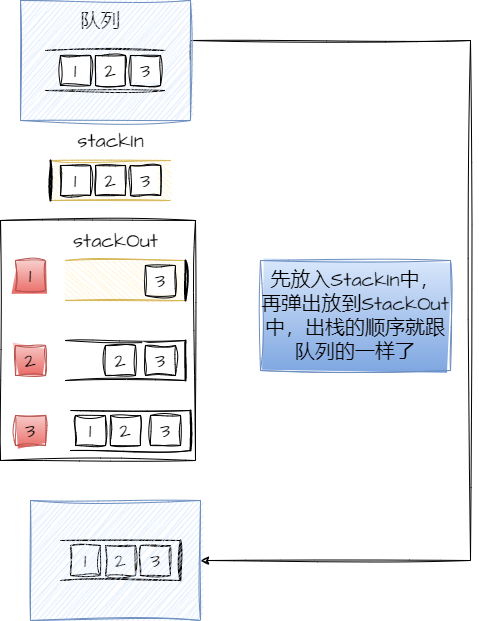
Earlier version of the draw.io export Algrithms/栈与队列.drawio.png (HealUP/Drawing). Source tidied: cells renumbered, new cells last; positions are measured from the earlier drawing's top-left corner, leaving out a move shared by most shapes.
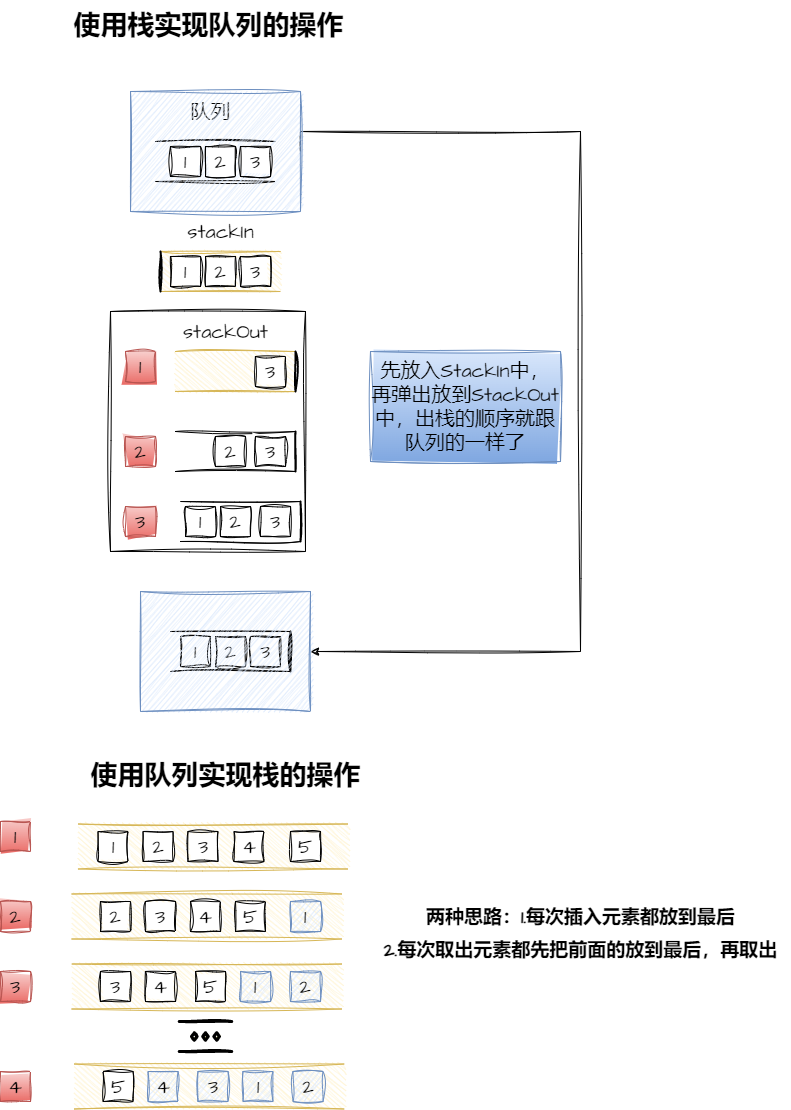
After the commit.

Commit message:
更新队列实现栈的操作

What changed in the source:
```diff
@@ -118,5 +118,101 @@
     <mxCell id="38" value="先放入StackIn中，再弹出放到StackOut中，出栈的顺序就跟队列的一样了" style="rounded=0;whiteSpace=wrap;html=1;sketch=1;hachureGap=4;jiggle=2;curveFitting=1;strokeColor=#6c8ebf;fontFamily=Architects Daughter;fontSource=https%3A%2F%2Ffonts.googleapis.com%2Fcss%3Ffamily%3DArchitects%2BDaughter;fontSize=20;fillColor=#dae8fc;gradientColor=#7ea6e0;" parent="1" vertex="1">
       <mxGeometry x="260" y="260" width="190" height="110" as="geometry" />
     </mxCell>
+    <mxCell id="39" value="&lt;b&gt;&lt;font style=&quot;font-size: 27px;&quot;&gt;使用栈实现队列的操作&lt;/font&gt;&lt;/b&gt;" style="text;html=1;align=center;verticalAlign=middle;strokeColor=none;fillColor=none;fontSize=20;fontFamily=Architects Daughter;sketch=1;hachureGap=4;jiggle=2;curveFitting=1;fontSource=https%3A%2F%2Ffonts.googleapis.com%2Fcss%3Ffamily%3DArchitects%2BDaughter;strokeWidth=3;" parent="1" vertex="1">
+      <mxGeometry x="-47.5" y="-90" width="290" height="50" as="geometry" />
+    </mxCell>
+    <mxCell id="40" value="&lt;b&gt;&lt;font style=&quot;font-size: 27px;&quot;&gt;使用队列实现栈的操作&lt;/font&gt;&lt;/b&gt;" style="text;html=1;align=center;verticalAlign=middle;strokeColor=none;fillColor=none;fontSize=20;fontFamily=Architects Daughter;sketch=1;hachureGap=4;jiggle=2;curveFitting=1;fontSource=https%3A%2F%2Ffonts.googleapis.com%2Fcss%3Ffamily%3DArchitects%2BDaughter;strokeWidth=3;" parent="1" vertex="1">
+      <mxGeometry x="-30" y="660" width="290" height="50" as="geometry" />
+    </mxCell>
+    <mxCell id="41" style="shape=partialRectangle;whiteSpace=wrap;html=1;top=0;bottom=0;fillColor=#fff2cc;sketch=1;hachureGap=4;jiggle=2;curveFitting=1;fontFamily=Architects Daughter;fontSource=https%3A%2F%2Ffonts.googleapis.com%2Fcss%3Ffamily%3DArchitects%2BDaughter;fontSize=20;rotation=-90;strokeColor=#d6b656;" parent="1" vertex="1">
+      <mxGeometry x="80" y="620" width="45" height="270" as="geometry" />
+    </mxCell>
+    <mxCell id="42" value="1" style="rounded=0;whiteSpace=wrap;html=1;sketch=1;hachureGap=4;jiggle=2;curveFitting=1;strokeColor=#000000;fontFamily=Architects Daughter;fontSource=https%3A%2F%2Ffonts.googleapis.com%2Fcss%3Ffamily%3DArchitects%2BDaughter;fontSize=20;" parent="1" vertex="1">
+      <mxGeometry x="-12.5" y="740" width="30" height="30" as="geometry" />
+    </mxCell>
+    <mxCell id="43" value="2" style="rounded=0;whiteSpace=wrap;html=1;sketch=1;hachureGap=4;jiggle=2;curveFitting=1;strokeColor=#000000;fontFamily=Architects Daughter;fontSource=https%3A%2F%2Ffonts.googleapis.com%2Fcss%3Ffamily%3DArchitects%2BDaughter;fontSize=20;" parent="1" vertex="1">
+      <mxGeometry x="32.5" y="740" width="30" height="30" as="geometry" />
+    </mxCell>
+    <mxCell id="44" value="3" style="rounded=0;whiteSpace=wrap;html=1;sketch=1;hachureGap=4;jiggle=2;curveFitting=1;strokeColor=#000000;fontFamily=Architects Daughter;fontSource=https%3A%2F%2Ffonts.googleapis.com%2Fcss%3Ffamily%3DArchitects%2BDaughter;fontSize=20;" parent="1" vertex="1">
+      <mxGeometry x="77.5" y="740" width="30" height="30" as="geometry" />
+    </mxCell>
+    <mxCell id="45" value="4" style="rounded=0;whiteSpace=wrap;html=1;sketch=1;hachureGap=4;jiggle=2;curveFitting=1;strokeColor=#000000;fontFamily=Architects Daughter;fontSource=https%3A%2F%2Ffonts.googleapis.com%2Fcss%3Ffamily%3DArchitects%2BDaughter;fontSize=20;" parent="1" vertex="1">
+      <mxGeometry x="123.5" y="740" width="30" height="30" as="geometry" />
+    </mxCell>
+    <mxCell id="46" value="5" style="rounded=0;whiteSpace=wrap;html=1;sketch=1;hachureGap=4;jiggle=2;curveFitting=1;strokeColor=#000000;fontFamily=Architects Daughter;fontSource=https%3A%2F%2Ffonts.googleapis.com%2Fcss%3Ffamily%3DArchitects%2BDaughter;fontSize=20;" parent="1" vertex="1">
+      <mxGeometry x="180" y="740" width="30" height="30" as="geometry" />
+    </mxCell>
+    <mxCell id="47" value="1" style="rounded=0;whiteSpace=wrap;html=1;sketch=1;hachureGap=4;jiggle=2;curveFitting=1;strokeColor=#b85450;fontFamily=Architects Daughter;fontSource=https%3A%2F%2Ffonts.googleapis.com%2Fcss%3Ffamily%3DArchitects%2BDaughter;fontSize=20;fillColor=#f8cecc;gradientColor=#ea6b66;" parent="1" vertex="1">
+      <mxGeometry x="-110" y="730" width="30" height="30" as="geometry" />
+    </mxCell>
+    <mxCell id="48" value="2" style="rounded=0;whiteSpace=wrap;html=1;sketch=1;hachureGap=4;jiggle=2;curveFitting=1;strokeColor=#b85450;fontFamily=Architects Daughter;fontSource=https%3A%2F%2Ffonts.googleapis.com%2Fcss%3Ffamily%3DArchitects%2BDaughter;fontSize=20;fillColor=#f8cecc;gradientColor=#ea6b66;" parent="1" vertex="1">
+      <mxGeometry x="-110" y="810" width="30" height="30" as="geometry" />
+    </mxCell>
+    <mxCell id="49" value="3" style="rounded=0;whiteSpace=wrap;html=1;sketch=1;hachureGap=4;jiggle=2;curveFitting=1;strokeColor=#b85450;fontFamily=Architects Daughter;fontSource=https%3A%2F%2Ffonts.googleapis.com%2Fcss%3Ffamily%3DArchitects%2BDaughter;fontSize=20;fillColor=#f8cecc;gradientColor=#ea6b66;" parent="1" vertex="1">
+      <mxGeometry x="-110" y="880" width="30" height="30" as="geometry" />
+    </mxCell>
+    <mxCell id="50" style="shape=partialRectangle;whiteSpace=wrap;html=1;top=0;bottom=0;fillColor=#fff2cc;sketch=1;hachureGap=4;jiggle=2;curveFitting=1;fontFamily=Architects Daughter;fontSource=https%3A%2F%2Ffonts.googleapis.com%2Fcss%3Ffamily%3DArchitects%2BDaughter;fontSize=20;rotation=-90;strokeColor=#d6b656;" parent="1" vertex="1">
+      <mxGeometry x="73.8" y="690" width="45" height="270" as="geometry" />
+    </mxCell>
+    <mxCell id="51" value="1" style="rounded=0;whiteSpace=wrap;html=1;sketch=1;hachureGap=4;jiggle=2;curveFitting=1;strokeColor=#6c8ebf;fontFamily=Architects Daughter;fontSource=https%3A%2F%2Ffonts.googleapis.com%2Fcss%3Ffamily%3DArchitects%2BDaughter;fontSize=20;fillColor=#dae8fc;" parent="1" vertex="1">
+      <mxGeometry x="180" y="810" width="30" height="30" as="geometry" />
+    </mxCell>
+    <mxCell id="52" value="2" style="rounded=0;whiteSpace=wrap;html=1;sketch=1;hachureGap=4;jiggle=2;curveFitting=1;strokeColor=#000000;fontFamily=Architects Daughter;fontSource=https%3A%2F%2Ffonts.googleapis.com%2Fcss%3Ffamily%3DArchitects%2BDaughter;fontSize=20;" parent="1" vertex="1">
+      <mxGeometry x="-10" y="810" width="30" height="30" as="geometry" />
+    </mxCell>
+    <mxCell id="53" value="3" style="rounded=0;whiteSpace=wrap;html=1;sketch=1;hachureGap=4;jiggle=2;curveFitting=1;strokeColor=#000000;fontFamily=Architects Daughter;fontSource=https%3A%2F%2Ffonts.googleapis.com%2Fcss%3Ffamily%3DArchitects%2BDaughter;fontSize=20;" parent="1" vertex="1">
+      <mxGeometry x="35" y="810" width="30" height="30" as="geometry" />
+    </mxCell>
+    <mxCell id="54" value="4" style="rounded=0;whiteSpace=wrap;html=1;sketch=1;hachureGap=4;jiggle=2;curveFitting=1;strokeColor=#000000;fontFamily=Architects Daughter;fontSource=https%3A%2F%2Ffonts.googleapis.com%2Fcss%3Ffamily%3DArchitects%2BDaughter;fontSize=20;" parent="1" vertex="1">
+      <mxGeometry x="80" y="810" width="30" height="30" as="geometry" />
+    </mxCell>
+    <mxCell id="55" value="5" style="rounded=0;whiteSpace=wrap;html=1;sketch=1;hachureGap=4;jiggle=2;curveFitting=1;strokeColor=#000000;fontFamily=Architects Daughter;fontSource=https%3A%2F%2Ffonts.googleapis.com%2Fcss%3Ffamily%3DArchitects%2BDaughter;fontSize=20;" parent="1" vertex="1">
+      <mxGeometry x="125" y="810" width="30" height="30" as="geometry" />
+    </mxCell>
+    <mxCell id="56" style="shape=partialRectangle;whiteSpace=wrap;html=1;top=0;bottom=0;fillColor=#fff2cc;sketch=1;hachureGap=4;jiggle=2;curveFitting=1;fontFamily=Architects Daughter;fontSource=https%3A%2F%2Ffonts.googleapis.com%2Fcss%3Ffamily%3DArchitects%2BDaughter;fontSize=20;rotation=-90;strokeColor=#d6b656;" parent="1" vertex="1">
+      <mxGeometry x="73.8" y="760" width="45" height="270" as="geometry" />
+    </mxCell>
+    <mxCell id="57" value="1" style="rounded=0;whiteSpace=wrap;html=1;sketch=1;hachureGap=4;jiggle=2;curveFitting=1;strokeColor=#6c8ebf;fontFamily=Architects Daughter;fontSource=https%3A%2F%2Ffonts.googleapis.com%2Fcss%3Ffamily%3DArchitects%2BDaughter;fontSize=20;fillColor=#dae8fc;" parent="1" vertex="1">
+      <mxGeometry x="130" y="880" width="30" height="30" as="geometry" />
+    </mxCell>
+    <mxCell id="58" value="2" style="rounded=0;whiteSpace=wrap;html=1;sketch=1;hachureGap=4;jiggle=2;curveFitting=1;strokeColor=#6c8ebf;fontFamily=Architects Daughter;fontSource=https%3A%2F%2Ffonts.googleapis.com%2Fcss%3Ffamily%3DArchitects%2BDaughter;fontSize=20;fillColor=#dae8fc;" parent="1" vertex="1">
+      <mxGeometry x="180" y="880" width="30" height="30" as="geometry" />
+    </mxCell>
+    <mxCell id="59" value="3" style="rounded=0;whiteSpace=wrap;html=1;sketch=1;hachureGap=4;jiggle=2;curveFitting=1;strokeColor=#000000;fontFamily=Architects Daughter;fontSource=https%3A%2F%2Ffonts.googleapis.com%2Fcss%3Ffamily%3DArchitects%2BDaughter;fontSize=20;" parent="1" vertex="1">
+      <mxGeometry x="-10" y="880" width="30" height="30" as="geometry" />
+    </mxCell>
+    <mxCell id="60" value="4" style="rounded=0;whiteSpace=wrap;html=1;sketch=1;hachureGap=4;jiggle=2;curveFitting=1;strokeColor=#000000;fontFamily=Architects Daughter;fontSource=https%3A%2F%2Ffonts.googleapis.com%2Fcss%3Ffamily%3DArchitects%2BDaughter;fontSize=20;" parent="1" vertex="1">
+      <mxGeometry x="35" y="880" width="30" height="30" as="geometry" />
+    </mxCell>
+    <mxCell id="61" value="5" style="rounded=0;whiteSpace=wrap;html=1;sketch=1;hachureGap=4;jiggle=2;curveFitting=1;strokeColor=#000000;fontFamily=Architects Daughter;fontSource=https%3A%2F%2Ffonts.googleapis.com%2Fcss%3Ffamily%3DArchitects%2BDaughter;fontSize=20;" parent="1" vertex="1">
+      <mxGeometry x="85" y="880" width="30" height="30" as="geometry" />
+    </mxCell>
+    <mxCell id="62" value="4" style="rounded=0;whiteSpace=wrap;html=1;sketch=1;hachureGap=4;jiggle=2;curveFitting=1;strokeColor=#b85450;fontFamily=Architects Daughter;fontSource=https%3A%2F%2Ffonts.googleapis.com%2Fcss%3Ffamily%3DArchitects%2BDaughter;fontSize=20;fillColor=#f8cecc;gradientColor=#ea6b66;" parent="1" vertex="1">
+      <mxGeometry x="-110" y="980" width="30" height="30" as="geometry" />
+    </mxCell>
+    <mxCell id="63" style="verticalLabelPosition=bottom;verticalAlign=top;html=1;shape=mxgraph.flowchart.parallel_mode;sketch=1;hachureGap=4;jiggle=2;curveFitting=1;strokeColor=#000000;strokeWidth=3;fontFamily=Architects Daughter;fontSource=https%3A%2F%2Ffonts.googleapis.com%2Fcss%3Ffamily%3DArchitects%2BDaughter;fontSize=27;fillColor=none;" parent="1" vertex="1">
+      <mxGeometry x="68.8" y="930" width="52.5" height="30" as="geometry" />
+    </mxCell>
+    <mxCell id="64" style="shape=partialRectangle;whiteSpace=wrap;html=1;top=0;bottom=0;fillColor=#fff2cc;sketch=1;hachureGap=4;jiggle=2;curveFitting=1;fontFamily=Architects Daughter;fontSource=https%3A%2F%2Ffonts.googleapis.com%2Fcss%3Ffamily%3DArchitects%2BDaughter;fontSize=20;rotation=-90;strokeColor=#d6b656;" parent="1" vertex="1">
+      <mxGeometry x="76.2" y="860" width="45" height="270" as="geometry" />
+    </mxCell>
+    <mxCell id="65" value="1" style="rounded=0;whiteSpace=wrap;html=1;sketch=1;hachureGap=4;jiggle=2;curveFitting=1;strokeColor=#6c8ebf;fontFamily=Architects Daughter;fontSource=https%3A%2F%2Ffonts.googleapis.com%2Fcss%3Ffamily%3DArchitects%2BDaughter;fontSize=20;fillColor=#dae8fc;" parent="1" vertex="1">
+      <mxGeometry x="132.5" y="980" width="30" height="30" as="geometry" />
+    </mxCell>
+    <mxCell id="66" value="2" style="rounded=0;whiteSpace=wrap;html=1;sketch=1;hachureGap=4;jiggle=2;curveFitting=1;strokeColor=#6c8ebf;fontFamily=Architects Daughter;fontSource=https%3A%2F%2Ffonts.googleapis.com%2Fcss%3Ffamily%3DArchitects%2BDaughter;fontSize=20;fillColor=#dae8fc;" parent="1" vertex="1">
+      <mxGeometry x="182.5" y="980" width="30" height="30" as="geometry" />
+    </mxCell>
+    <mxCell id="67" value="5" style="rounded=0;whiteSpace=wrap;html=1;sketch=1;hachureGap=4;jiggle=2;curveFitting=1;strokeColor=#000000;fontFamily=Architects Daughter;fontSource=https%3A%2F%2Ffonts.googleapis.com%2Fcss%3Ffamily%3DArchitects%2BDaughter;fontSize=20;" parent="1" vertex="1">
+      <mxGeometry x="-7.5" y="980" width="30" height="30" as="geometry" />
+    </mxCell>
+    <mxCell id="68" value="4" style="rounded=0;whiteSpace=wrap;html=1;sketch=1;hachureGap=4;jiggle=2;curveFitting=1;strokeColor=#6c8ebf;fontFamily=Architects Daughter;fontSource=https%3A%2F%2Ffonts.googleapis.com%2Fcss%3Ffamily%3DArchitects%2BDaughter;fontSize=20;fillColor=#dae8fc;" parent="1" vertex="1">
+      <mxGeometry x="37.5" y="980" width="30" height="30" as="geometry" />
+    </mxCell>
+    <mxCell id="69" value="3" style="rounded=0;whiteSpace=wrap;html=1;sketch=1;hachureGap=4;jiggle=2;curveFitting=1;strokeColor=#6c8ebf;fontFamily=Architects Daughter;fontSource=https%3A%2F%2Ffonts.googleapis.com%2Fcss%3Ffamily%3DArchitects%2BDaughter;fontSize=20;fillColor=#dae8fc;" parent="1" vertex="1">
+      <mxGeometry x="87.5" y="980" width="30" height="30" as="geometry" />
+    </mxCell>
+    <mxCell id="70" value="&lt;font style=&quot;font-size: 19px;&quot;&gt;&lt;b&gt;两种思路：1.每次插入元素都放到最后&lt;br&gt;&lt;font style=&quot;font-size: 19px;&quot;&gt;2.每次取出元素都先把前面的放到最后，再取出&lt;/font&gt;&lt;/b&gt;&lt;/font&gt;" style="text;html=1;align=center;verticalAlign=middle;strokeColor=none;fillColor=none;fontSize=27;fontFamily=Architects Daughter;sketch=1;hachureGap=4;jiggle=2;curveFitting=1;fontSource=https%3A%2F%2Ffonts.googleapis.com%2Fcss%3Ffamily%3DArchitects%2BDaughter;" parent="1" vertex="1">
+      <mxGeometry x="260" y="800" width="420" height="80" as="geometry" />
+    </mxCell>
   </root>
 </mxGraphModel>
```
